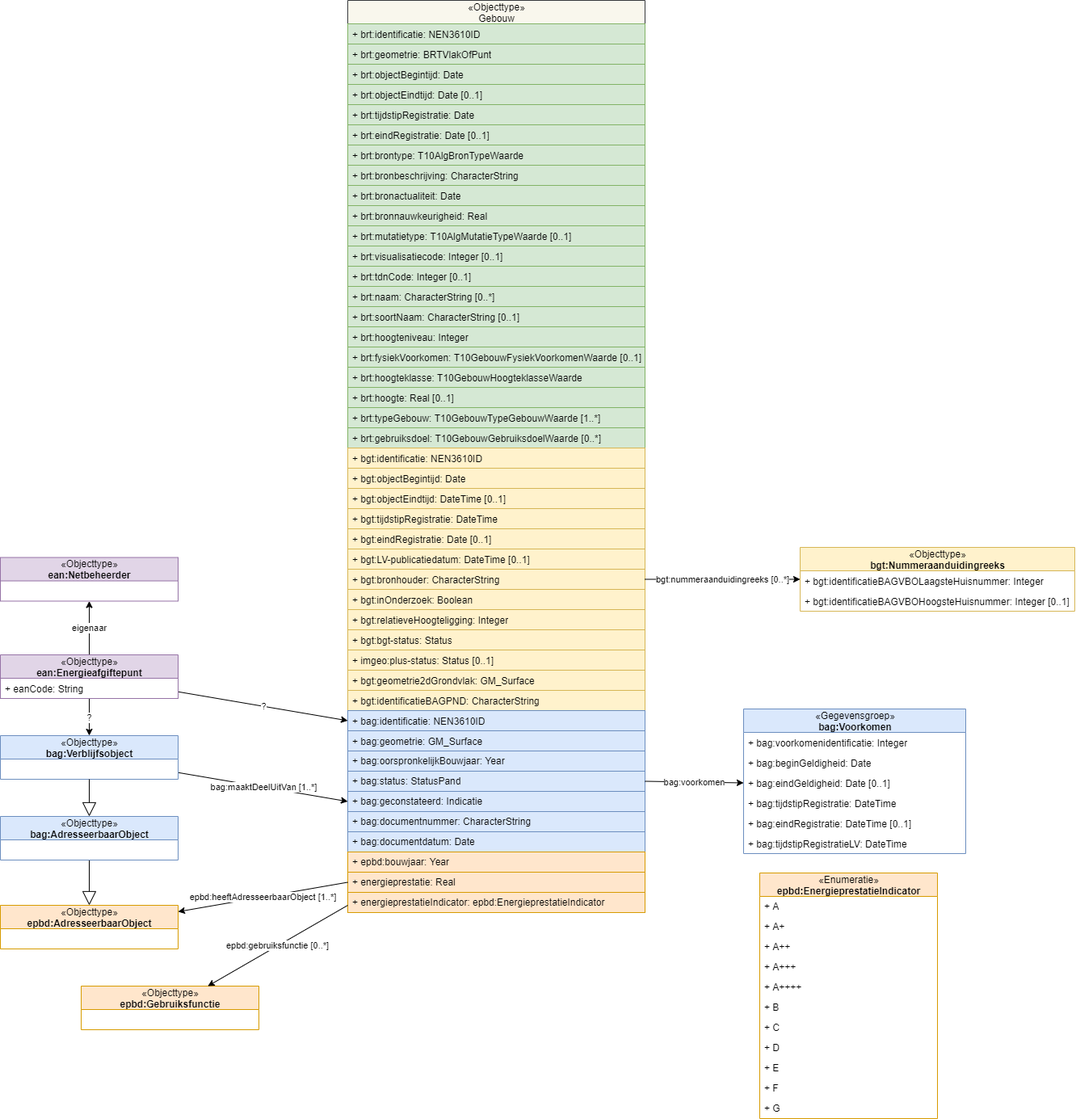
Above: gebouw/gebouw-gegevens.drawio.png in Geonovum/disgeo-demo-3a (draw.io), before the change. Source tidied: cells renumbered, new cells last; positions are measured from the earlier drawing's top-left corner, leaving out a move shared by most shapes.
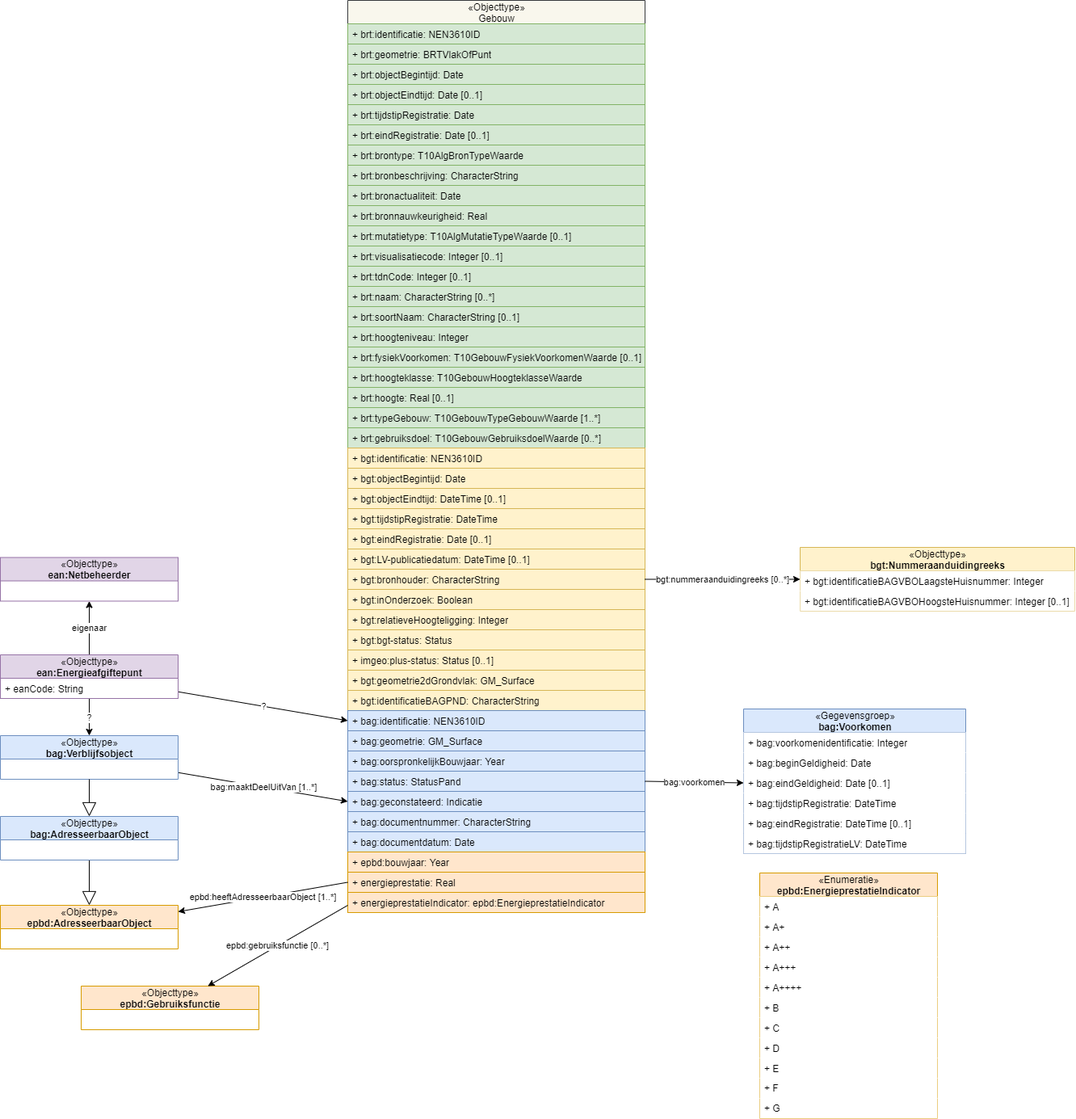
After the change.

What changed in the source:
```diff
@@ -143,31 +143,31 @@
     <mxCell id="48" value="&lt;span style=&quot;font-weight: 400&quot;&gt;«Objecttype»&lt;/span&gt;&lt;br style=&quot;font-weight: 400&quot;&gt;bgt:Nummeraanduidingreeks" style="swimlane;fontStyle=1;align=center;verticalAlign=middle;horizontal=1;startSize=29;html=1;fillColor=#fff2cc;strokeColor=#d6b656;" parent="1" vertex="1">
       <mxGeometry x="990" y="677" width="340" height="79" as="geometry" />
     </mxCell>
-    <mxCell id="49" value="+ bgt:identificatieBAGVBOLaagsteHuisnummer: Integer" style="text;html=1;strokeColor=none;fillColor=none;align=left;verticalAlign=middle;spacingLeft=4;spacingRight=4;overflow=hidden;" parent="48" vertex="1">
+    <mxCell id="49" value="+ bgt:identificatieBAGVBOLaagsteHuisnummer: Integer" style="text;html=1;strokeColor=none;align=left;verticalAlign=middle;spacingLeft=4;spacingRight=4;overflow=hidden;fillColor=#ffffff;" parent="48" vertex="1">
       <mxGeometry y="29" width="340" height="25" as="geometry" />
     </mxCell>
-    <mxCell id="50" value="+ bgt:identificatieBAGVBOHoogsteHuisnummer: Integer [0..1]" style="text;html=1;strokeColor=none;fillColor=none;align=left;verticalAlign=middle;spacingLeft=4;spacingRight=4;overflow=hidden;" parent="48" vertex="1">
+    <mxCell id="50" value="+ bgt:identificatieBAGVBOHoogsteHuisnummer: Integer [0..1]" style="text;html=1;strokeColor=none;align=left;verticalAlign=middle;spacingLeft=4;spacingRight=4;overflow=hidden;fillColor=#ffffff;" parent="48" vertex="1">
       <mxGeometry y="54" width="340" height="25" as="geometry" />
     </mxCell>
     <mxCell id="51" value="&lt;span style=&quot;font-weight: 400&quot;&gt;«Gegevensgroep»&lt;/span&gt;&lt;br style=&quot;font-weight: 400&quot;&gt;bag:Voorkomen" style="swimlane;fontStyle=1;align=center;verticalAlign=middle;horizontal=1;startSize=29;html=1;fillColor=#dae8fc;strokeColor=#6c8ebf;" parent="1" vertex="1">
       <mxGeometry x="920" y="877" width="275" height="179" as="geometry" />
     </mxCell>
-    <mxCell id="52" value="+ bag:voorkomenidentificatie: Integer" style="text;html=1;strokeColor=none;fillColor=none;align=left;verticalAlign=middle;spacingLeft=4;spacingRight=4;overflow=hidden;" parent="51" vertex="1">
+    <mxCell id="52" value="+ bag:voorkomenidentificatie: Integer" style="text;html=1;strokeColor=none;align=left;verticalAlign=middle;spacingLeft=4;spacingRight=4;overflow=hidden;fillColor=#ffffff;" parent="51" vertex="1">
       <mxGeometry y="29" width="275" height="25" as="geometry" />
     </mxCell>
-    <mxCell id="53" value="+ bag:beginGeldigheid: Date" style="text;html=1;strokeColor=none;fillColor=none;align=left;verticalAlign=middle;spacingLeft=4;spacingRight=4;overflow=hidden;" parent="51" vertex="1">
+    <mxCell id="53" value="+ bag:beginGeldigheid: Date" style="text;html=1;strokeColor=none;align=left;verticalAlign=middle;spacingLeft=4;spacingRight=4;overflow=hidden;fillColor=#ffffff;" parent="51" vertex="1">
       <mxGeometry y="54" width="275" height="25" as="geometry" />
     </mxCell>
-    <mxCell id="54" value="+ bag:eindGeldigheid: Date [0..1]" style="text;html=1;strokeColor=none;fillColor=none;align=left;verticalAlign=middle;spacingLeft=4;spacingRight=4;overflow=hidden;points=[[0,0.5],[1,0.5]];portConstraint=eastwest;" parent="51" vertex="1">
+    <mxCell id="54" value="+ bag:eindGeldigheid: Date [0..1]" style="text;html=1;strokeColor=none;align=left;verticalAlign=middle;spacingLeft=4;spacingRight=4;overflow=hidden;points=[[0,0.5],[1,0.5]];portConstraint=eastwest;fillColor=#ffffff;" parent="51" vertex="1">
       <mxGeometry y="79" width="275" height="25" as="geometry" />
     </mxCell>
-    <mxCell id="55" value="+ bag:tijdstipRegistratie: DateTime" style="text;html=1;strokeColor=none;fillColor=none;align=left;verticalAlign=middle;spacingLeft=4;spacingRight=4;overflow=hidden;" parent="51" vertex="1">
+    <mxCell id="55" value="+ bag:tijdstipRegistratie: DateTime" style="text;html=1;strokeColor=none;align=left;verticalAlign=middle;spacingLeft=4;spacingRight=4;overflow=hidden;fillColor=#ffffff;" parent="51" vertex="1">
       <mxGeometry y="104" width="275" height="25" as="geometry" />
     </mxCell>
-    <mxCell id="56" value="+ bag:eindRegistratie: DateTime [0..1]" style="text;html=1;strokeColor=none;fillColor=none;align=left;verticalAlign=middle;spacingLeft=4;spacingRight=4;overflow=hidden;" parent="51" vertex="1">
+    <mxCell id="56" value="+ bag:eindRegistratie: DateTime [0..1]" style="text;html=1;strokeColor=none;align=left;verticalAlign=middle;spacingLeft=4;spacingRight=4;overflow=hidden;fillColor=#ffffff;" parent="51" vertex="1">
       <mxGeometry y="129" width="275" height="25" as="geometry" />
     </mxCell>
-    <mxCell id="57" value="+ bag:tijdstipRegistratieLV: DateTime" style="text;html=1;strokeColor=none;fillColor=none;align=left;verticalAlign=middle;spacingLeft=4;spacingRight=4;overflow=hidden;" parent="51" vertex="1">
+    <mxCell id="57" value="+ bag:tijdstipRegistratieLV: DateTime" style="text;html=1;strokeColor=none;align=left;verticalAlign=middle;spacingLeft=4;spacingRight=4;overflow=hidden;fillColor=#ffffff;" parent="51" vertex="1">
       <mxGeometry y="154" width="275" height="25" as="geometry" />
     </mxCell>
     <mxCell id="58" value="bag:voorkomen" style="rounded=0;jettySize=auto;html=1;entryX=0;entryY=0.5;entryDx=0;entryDy=0;exitX=1;exitY=0.5;exitDx=0;exitDy=0;" parent="1" edge="1" source="40" target="54">
@@ -176,37 +176,37 @@
     <mxCell id="59" value="&lt;span style=&quot;font-weight: 400&quot;&gt;«Enumeratie»&lt;/span&gt;&lt;br&gt;epbd:EnergieprestatieIndicator" style="swimlane;fontStyle=1;align=center;verticalAlign=middle;horizontal=1;startSize=29;html=1;fillColor=#ffe6cc;strokeColor=#d79b00;" parent="1" vertex="1">
       <mxGeometry x="940" y="1080" width="220" height="304" as="geometry" />
     </mxCell>
-    <mxCell id="60" value="+ A" style="text;html=1;strokeColor=none;fillColor=none;align=left;verticalAlign=middle;spacingLeft=4;spacingRight=4;overflow=hidden;" parent="59" vertex="1">
+    <mxCell id="60" value="+ A" style="text;html=1;strokeColor=none;align=left;verticalAlign=middle;spacingLeft=4;spacingRight=4;overflow=hidden;fillColor=#ffffff;" parent="59" vertex="1">
       <mxGeometry y="29" width="220" height="25" as="geometry" />
     </mxCell>
-    <mxCell id="61" value="+ A+" style="text;html=1;strokeColor=none;fillColor=none;align=left;verticalAlign=middle;spacingLeft=4;spacingRight=4;overflow=hidden;" parent="59" vertex="1">
+    <mxCell id="61" value="+ A+" style="text;html=1;strokeColor=none;align=left;verticalAlign=middle;spacingLeft=4;spacingRight=4;overflow=hidden;fillColor=#ffffff;" parent="59" vertex="1">
       <mxGeometry y="54" width="220" height="25" as="geometry" />
     </mxCell>
-    <mxCell id="62" value="+ A++" style="text;html=1;strokeColor=none;fillColor=none;align=left;verticalAlign=middle;spacingLeft=4;spacingRight=4;overflow=hidden;" parent="59" vertex="1">
+    <mxCell id="62" value="+ A++" style="text;html=1;strokeColor=none;align=left;verticalAlign=middle;spacingLeft=4;spacingRight=4;overflow=hidden;fillColor=#ffffff;" parent="59" vertex="1">
       <mxGeometry y="79" width="220" height="25" as="geometry" />
     </mxCell>
-    <mxCell id="63" value="+ A+++" style="text;html=1;strokeColor=none;fillColor=none;align=left;verticalAlign=middle;spacingLeft=4;spacingRight=4;overflow=hidden;" parent="59" vertex="1">
+    <mxCell id="63" value="+ A+++" style="text;html=1;strokeColor=none;align=left;verticalAlign=middle;spacingLeft=4;spacingRight=4;overflow=hidden;fillColor=#ffffff;" parent="59" vertex="1">
       <mxGeometry y="104" width="220" height="25" as="geometry" />
     </mxCell>
-    <mxCell id="64" value="+ A++++" style="text;html=1;strokeColor=none;fillColor=none;align=left;verticalAlign=middle;spacingLeft=4;spacingRight=4;overflow=hidden;" parent="59" vertex="1">
+    <mxCell id="64" value="+ A++++" style="text;html=1;strokeColor=none;align=left;verticalAlign=middle;spacingLeft=4;spacingRight=4;overflow=hidden;fillColor=#ffffff;" parent="59" vertex="1">
       <mxGeometry y="129" width="220" height="25" as="geometry" />
     </mxCell>
-    <mxCell id="65" value="+ B" style="text;html=1;strokeColor=none;fillColor=none;align=left;verticalAlign=middle;spacingLeft=4;spacingRight=4;overflow=hidden;" parent="59" vertex="1">
+    <mxCell id="65" value="+ B" style="text;html=1;strokeColor=none;align=left;verticalAlign=middle;spacingLeft=4;spacingRight=4;overflow=hidden;fillColor=#ffffff;" parent="59" vertex="1">
       <mxGeometry y="154" width="220" height="25" as="geometry" />
     </mxCell>
-    <mxCell id="66" value="+ C" style="text;html=1;strokeColor=none;fillColor=none;align=left;verticalAlign=middle;spacingLeft=4;spacingRight=4;overflow=hidden;" parent="59" vertex="1">
+    <mxCell id="66" value="+ C" style="text;html=1;strokeColor=none;align=left;verticalAlign=middle;spacingLeft=4;spacingRight=4;overflow=hidden;fillColor=#ffffff;" parent="59" vertex="1">
       <mxGeometry y="179" width="220" height="25" as="geometry" />
     </mxCell>
-    <mxCell id="67" value="+ D" style="text;html=1;strokeColor=none;fillColor=none;align=left;verticalAlign=middle;spacingLeft=4;spacingRight=4;overflow=hidden;" parent="59" vertex="1">
+    <mxCell id="67" value="+ D" style="text;html=1;strokeColor=none;align=left;verticalAlign=middle;spacingLeft=4;spacingRight=4;overflow=hidden;fillColor=#ffffff;" parent="59" vertex="1">
       <mxGeometry y="204" width="220" height="25" as="geometry" />
     </mxCell>
-    <mxCell id="68" value="+ E" style="text;html=1;strokeColor=none;fillColor=none;align=left;verticalAlign=middle;spacingLeft=4;spacingRight=4;overflow=hidden;" parent="59" vertex="1">
+    <mxCell id="68" value="+ E" style="text;html=1;strokeColor=none;align=left;verticalAlign=middle;spacingLeft=4;spacingRight=4;overflow=hidden;fillColor=#ffffff;" parent="59" vertex="1">
       <mxGeometry y="229" width="220" height="25" as="geometry" />
     </mxCell>
-    <mxCell id="69" value="+ F" style="text;html=1;strokeColor=none;fillColor=none;align=left;verticalAlign=middle;spacingLeft=4;spacingRight=4;overflow=hidden;" parent="59" vertex="1">
+    <mxCell id="69" value="+ F" style="text;html=1;strokeColor=none;align=left;verticalAlign=middle;spacingLeft=4;spacingRight=4;overflow=hidden;fillColor=#ffffff;" parent="59" vertex="1">
       <mxGeometry y="254" width="220" height="25" as="geometry" />
     </mxCell>
-    <mxCell id="70" value="+ G" style="text;html=1;strokeColor=none;fillColor=none;align=left;verticalAlign=middle;spacingLeft=4;spacingRight=4;overflow=hidden;" parent="59" vertex="1">
+    <mxCell id="70" value="+ G" style="text;html=1;strokeColor=none;align=left;verticalAlign=middle;spacingLeft=4;spacingRight=4;overflow=hidden;fillColor=#ffffff;" parent="59" vertex="1">
       <mxGeometry y="279" width="220" height="25" as="geometry" />
     </mxCell>
     <mxCell id="71" value="&lt;span style=&quot;font-weight: 400&quot;&gt;«Objecttype»&lt;/span&gt;&lt;br&gt;epbd:AdresseerbaarObject" style="swimlane;fontStyle=1;align=center;verticalAlign=middle;horizontal=1;startSize=29;html=1;fillColor=#ffe6cc;strokeColor=#d79b00;" parent="1" vertex="1">
```
